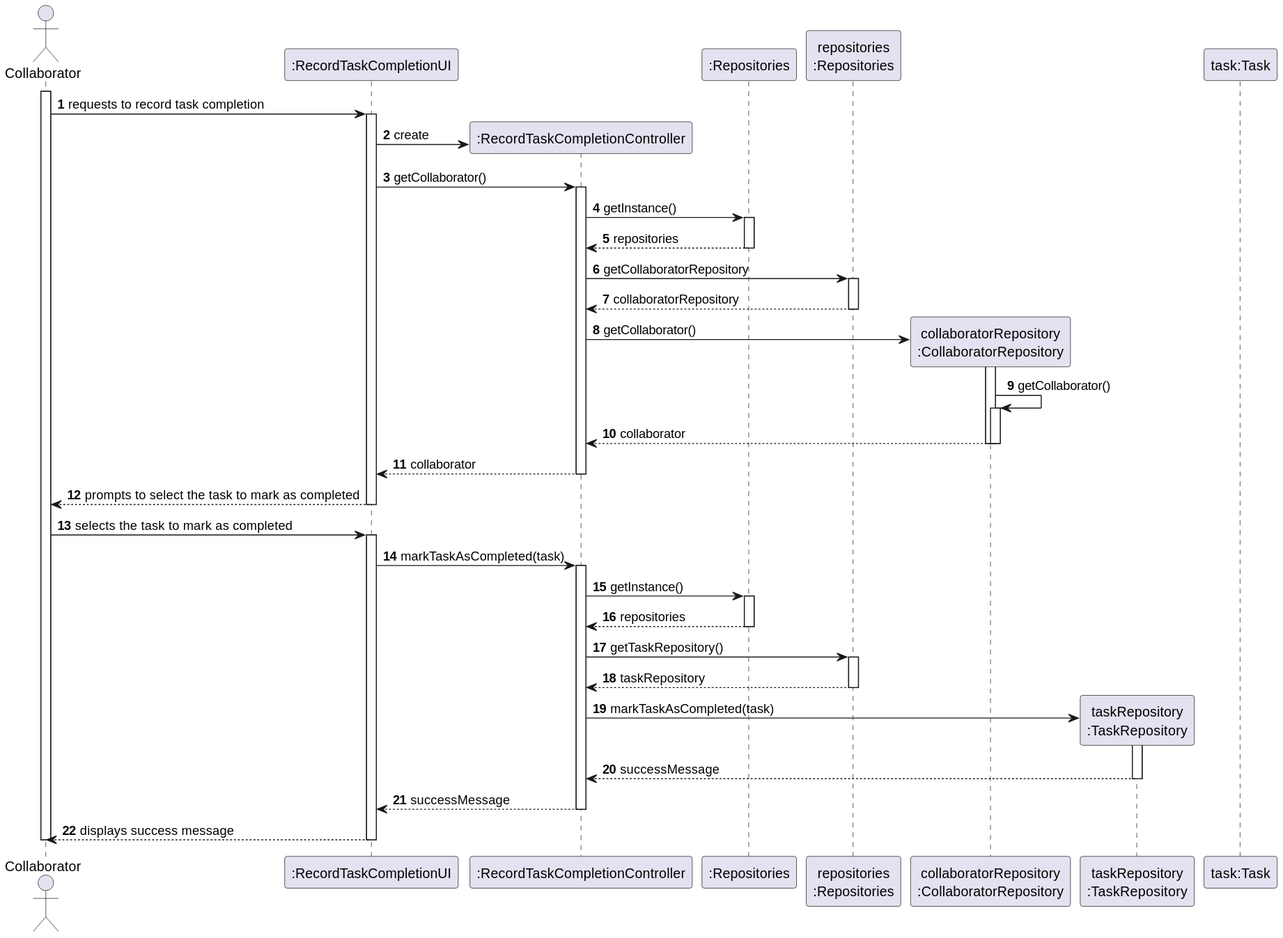
The PlantUML diagram docs/sprintC/us029/03.design/svg/us029-sequence-diagram-full.svg in diogoveirospro/lei-24-s2-1dg-g072, before a commit.
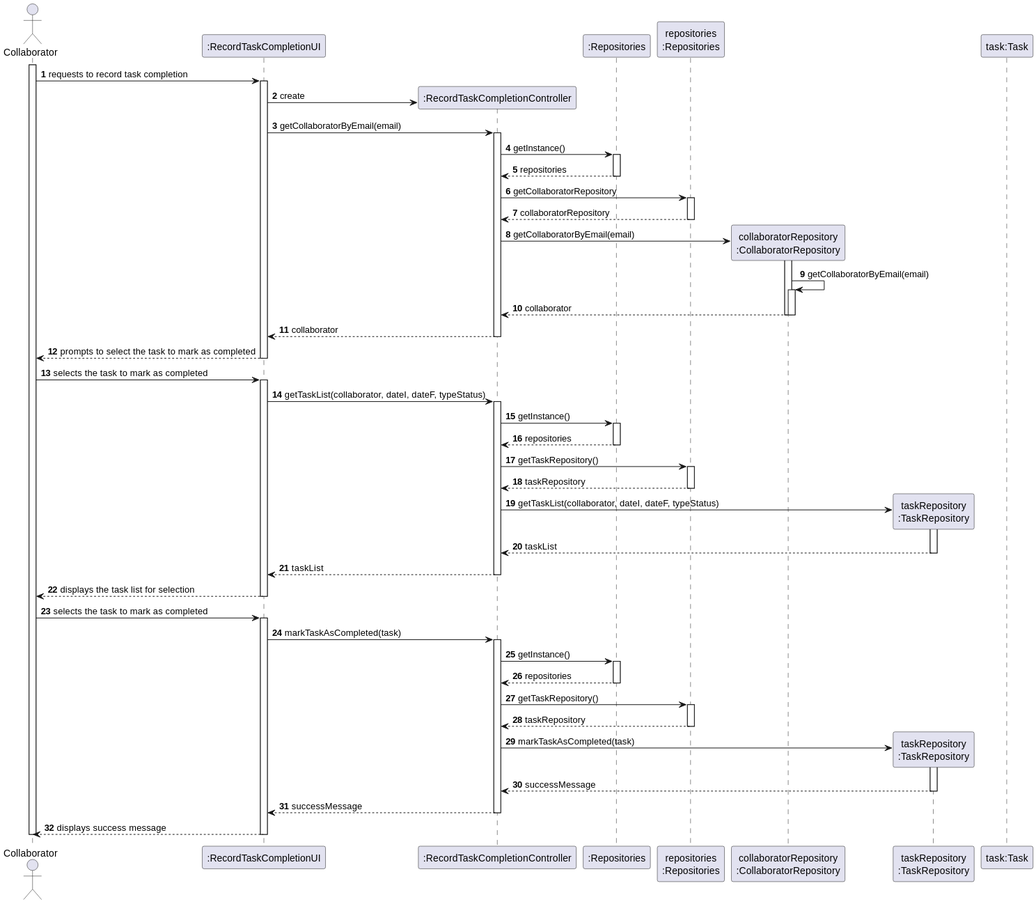
Above is the later version.

Change to the diagram source:
```diff
@@ -19,7 +19,7 @@
 activate UI
 
 UI -> CTRL** : create
-UI -> CTRL : getCollaborator()
+UI -> CTRL : getCollaboratorByEmail(email)
 activate CTRL
 
 CTRL -> RepositorySingleton : getInstance()
@@ -34,10 +34,10 @@
 REP --> CTRL : collaboratorRepository
 deactivate REP
 
-CTRL -> collaboratorRepository** : getCollaborator()
+CTRL -> collaboratorRepository** : getCollaboratorByEmail(email)
 activate collaboratorRepository
 
-collaboratorRepository -> collaboratorRepository : getCollaborator()
+collaboratorRepository -> collaboratorRepository : getCollaboratorByEmail(email)
 activate collaboratorRepository
 
 collaboratorRepository --> CTRL : collaborator
@@ -49,6 +49,36 @@
 deactivate CTRL
 
 UI --> Col : prompts to select the task to mark as completed
+deactivate UI
+
+Col -> UI : selects the task to mark as completed
+activate UI
+
+UI -> CTRL : getTaskList(collaborator, dateI, dateF, typeStatus)
+activate CTRL
+
+CTRL -> RepositorySingleton : getInstance()
+activate RepositorySingleton
+
+RepositorySingleton --> CTRL : repositories
+deactivate RepositorySingleton
+
+CTRL -> REP : getTaskRepository()
+activate REP
+
+REP --> CTRL : taskRepository
+deactivate REP
+
+CTRL -> taskRepository** : getTaskList(collaborator, dateI, dateF, typeStatus)
+activate taskRepository
+
+taskRepository --> CTRL : taskList
+deactivate taskRepository
+
+CTRL --> UI : taskList
+deactivate CTRL
+
+UI --> Col : displays the task list for selection
 deactivate UI
 
 Col -> UI : selects the task to mark as completed
```
